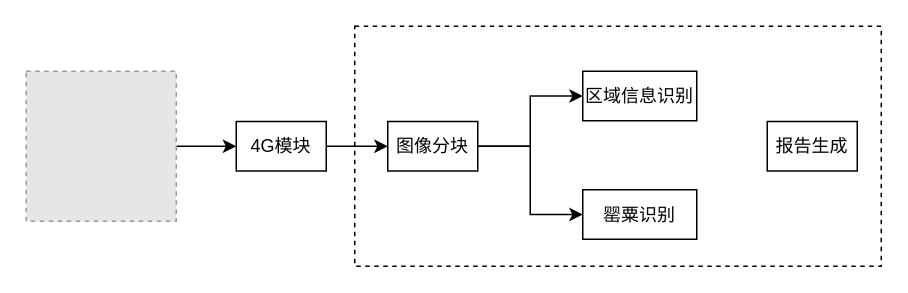
The draw.io diagram 罂粟识别.drawio in zhaoning999/notes, before the edit. Source tidied: cells renumbered, new cells numbered last; positions are measured from the earlier drawing's top-left corner, leaving out a move shared by most shapes. Both pictures are drawn from the tidied source at 150%, with x=0, y=0 at pixel (26, 26). Pictures stored in the file or linked from it are replaced by grey dashed boxes.
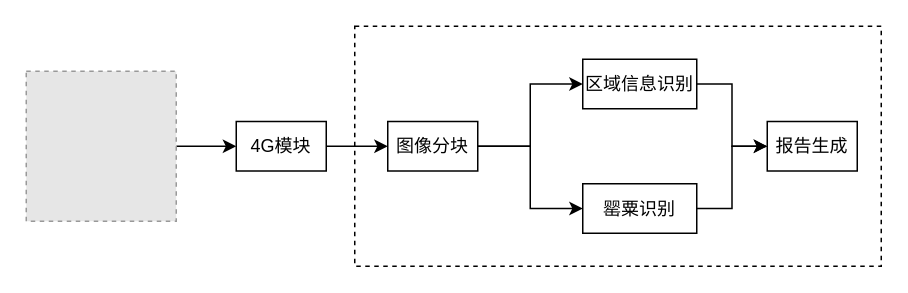
After the change.

What changed in the source:
```diff
@@
 <mxGraphModel>
   <root>
     <mxCell id="0" />
     <mxCell id="1" parent="0" />
     <mxCell id="2" style="rounded=0;whiteSpace=wrap;html=1;dashed=1;" parent="1" vertex="1">
       <mxGeometry x="219" width="351" height="160" as="geometry" />
     </mxCell>
     <mxCell id="3" style="edgeStyle=orthogonalEdgeStyle;rounded=0;jettySize=auto;html=1;exitX=1;exitY=0.5;exitDx=0;exitDy=0;" parent="1" edge="1" source="4" target="6">
       <mxGeometry relative="1" as="geometry" />
     </mxCell>
     <mxCell id="4" style="fillColor=#E6E6E6;strokeColor=#999999;dashed=1;verticalLabelPosition=bottom;labelBackgroundColor=default;verticalAlign=top;" parent="1" vertex="1">
       <mxGeometry y="30" width="100" height="100" as="geometry" />
     </mxCell>
     <mxCell id="5" style="edgeStyle=orthogonalEdgeStyle;rounded=0;jettySize=auto;html=1;exitX=1;exitY=0.5;exitDx=0;exitDy=0;entryX=0;entryY=0.5;entryDx=0;entryDy=0;" parent="1" edge="1" source="6" target="9">
       <mxGeometry relative="1" as="geometry" />
     </mxCell>
     <mxCell id="6" value="4G模块" style="rounded=0;whiteSpace=wrap;html=1;" parent="1" vertex="1">
       <mxGeometry x="140" y="63.5" width="60" height="33" as="geometry" />
     </mxCell>
     <mxCell id="7" style="edgeStyle=orthogonalEdgeStyle;rounded=0;jettySize=auto;html=1;exitX=1;exitY=0.5;exitDx=0;exitDy=0;entryX=0;entryY=0.5;entryDx=0;entryDy=0;" parent="1" edge="1" source="9" target="11">
       <mxGeometry relative="1" as="geometry" />
     </mxCell>
     <mxCell id="8" style="edgeStyle=orthogonalEdgeStyle;rounded=0;jettySize=auto;html=1;exitX=1;exitY=0.5;exitDx=0;exitDy=0;entryX=0;entryY=0.5;entryDx=0;entryDy=0;" parent="1" edge="1" source="9" target="10">
       <mxGeometry relative="1" as="geometry" />
     </mxCell>
     <mxCell id="9" value="图像分块" style="rounded=0;whiteSpace=wrap;html=1;" parent="1" vertex="1">
       <mxGeometry x="241" y="63.5" width="60" height="33" as="geometry" />
     </mxCell>
+    <mxCell id="13" style="edgeStyle=orthogonalEdgeStyle;rounded=0;jettySize=auto;html=1;exitX=1;exitY=0.5;exitDx=0;exitDy=0;entryX=0;entryY=0.5;entryDx=0;entryDy=0;" parent="1" edge="1" source="10" target="12">
+      <mxGeometry relative="1" as="geometry" />
+    </mxCell>
     <mxCell id="10" value="区域信息识别" style="rounded=0;whiteSpace=wrap;html=1;" parent="1" vertex="1">
-      <mxGeometry x="371" y="30" width="76" height="33" as="geometry" />
+      <mxGeometry x="371" y="22" width="76" height="33" as="geometry" />
     </mxCell>
+    <mxCell id="14" style="edgeStyle=orthogonalEdgeStyle;rounded=0;jettySize=auto;html=1;exitX=1;exitY=0.5;exitDx=0;exitDy=0;entryX=0;entryY=0.5;entryDx=0;entryDy=0;" parent="1" edge="1" source="11" target="12">
+      <mxGeometry relative="1" as="geometry" />
+    </mxCell>
     <mxCell id="11" value="罂粟识别" style="rounded=0;whiteSpace=wrap;html=1;" parent="1" vertex="1">
-      <mxGeometry x="371" y="109" width="76" height="33" as="geometry" />
+      <mxGeometry x="371" y="105" width="76" height="33" as="geometry" />
     </mxCell>
     <mxCell id="12" value="报告生成" style="rounded=0;whiteSpace=wrap;html=1;" parent="1" vertex="1">
       <mxGeometry x="494" y="63.5" width="60" height="33" as="geometry" />
     </mxCell>
   </root>
 </mxGraphModel>
```
